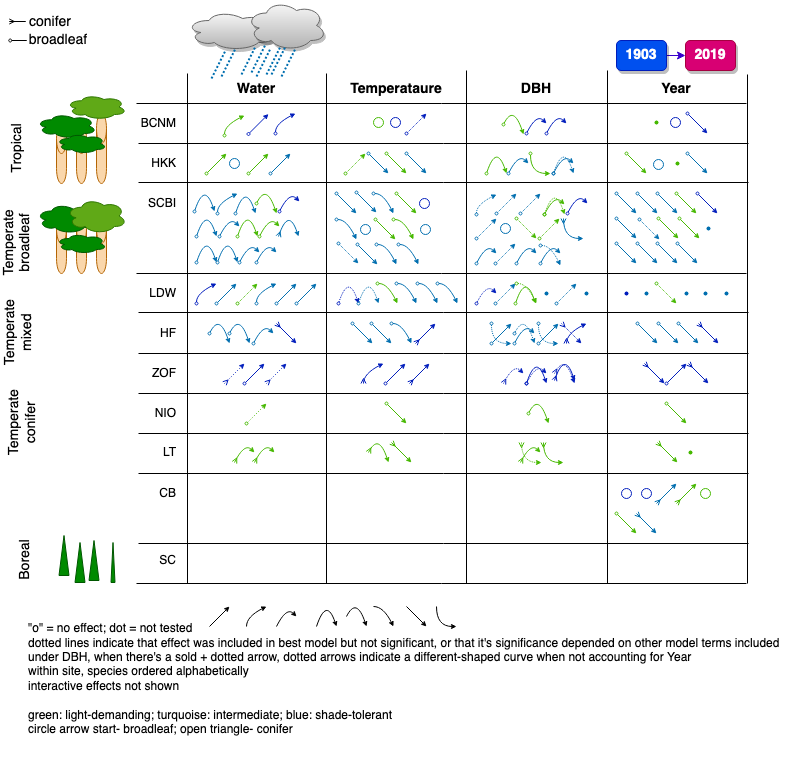
Earlier version of the draw.io export doc/manuscript/tables_figures/SummaryFigure.png (EcoClimLab/ForestGEO-tree-rings). Source tidied: cells renumbered, new cells last; positions are measured from the earlier drawing's top-left corner, leaving out a move shared by most shapes.
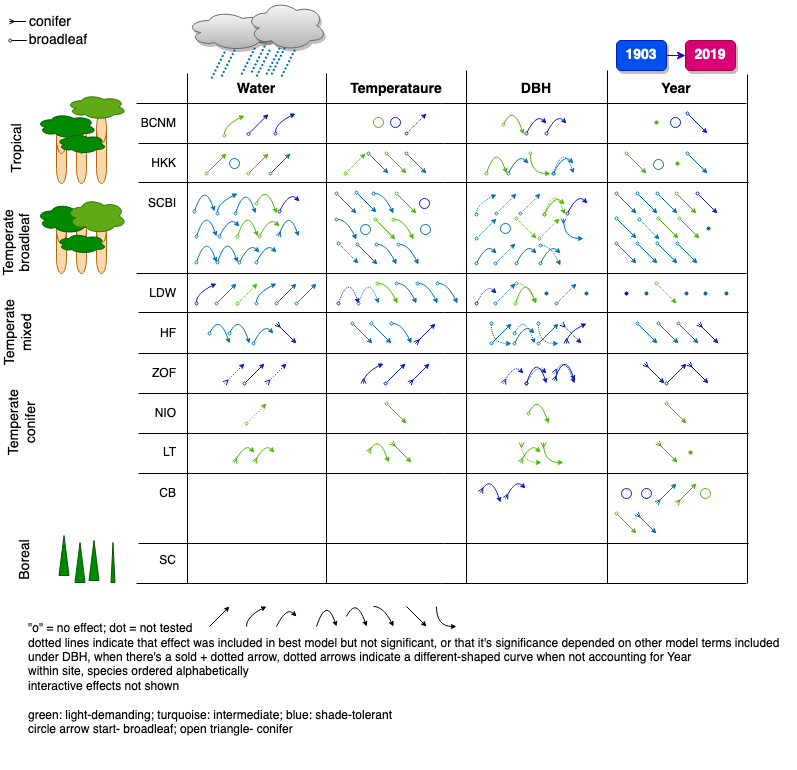
The same file after the commit.

The edit, as a diff of the source:
```diff
@@ -1496,5 +1496,23 @@
         <mxPoint x="672" y="533" as="targetPoint" />
       </mxGeometry>
     </mxCell>
+    <mxCell id="246" style="curved=1;endArrow=classic;html=1;endSize=3;startArrow=ERmany;startFill=0;startSize=3;fillColor=#0050ef;strokeColor=#001DBC;" parent="1" edge="1">
+      <mxGeometry relative="1" as="geometry">
+        <mxPoint x="496" y="492" as="sourcePoint" />
+        <mxPoint x="516" y="502" as="targetPoint" />
+        <Array as="points">
+          <mxPoint x="506" y="472" />
+        </Array>
+      </mxGeometry>
+    </mxCell>
+    <mxCell id="247" style="curved=1;endArrow=classic;html=1;endSize=3;fillColor=#0050ef;strokeColor=#001DBC;startArrow=ERmany;startFill=0;startSize=3;" parent="1" edge="1">
+      <mxGeometry relative="1" as="geometry">
+        <mxPoint x="521" y="498" as="sourcePoint" />
+        <mxPoint x="541" y="488" as="targetPoint" />
+        <Array as="points">
+          <mxPoint x="531" y="478" />
+        </Array>
+      </mxGeometry>
+    </mxCell>
   </root>
 </mxGraphModel>
```
